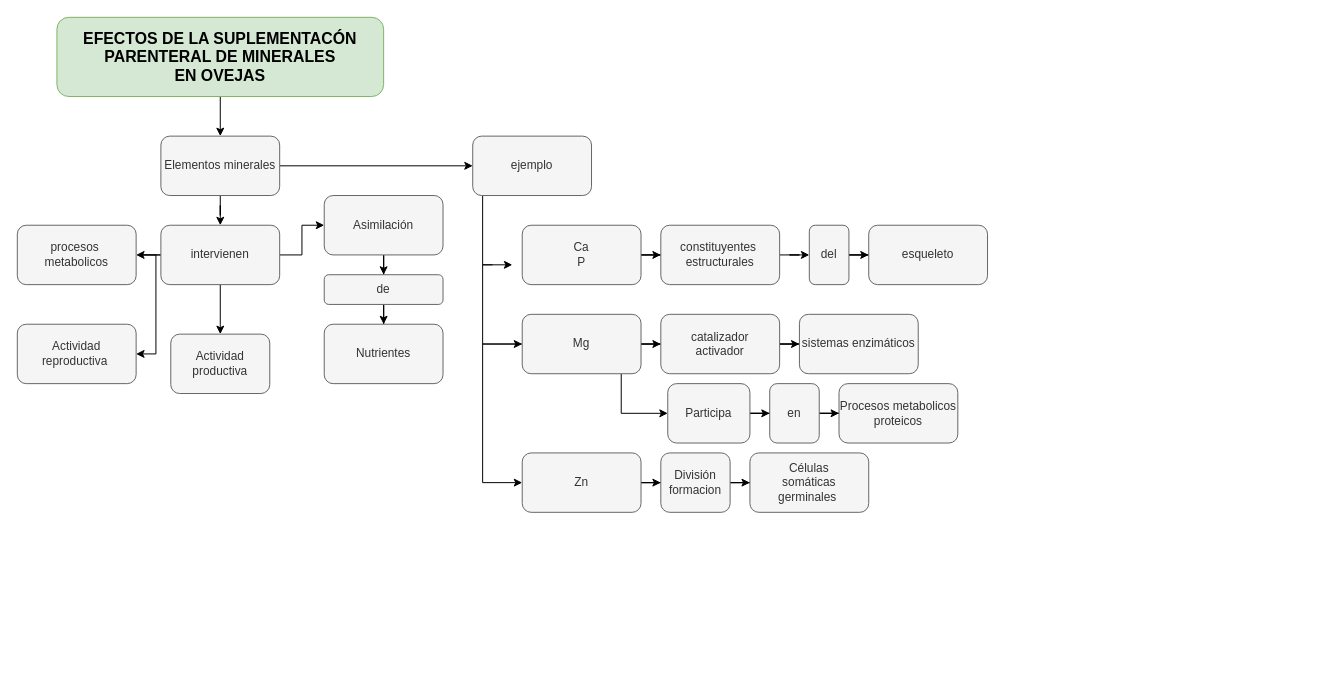
luisvelez96/luis keeps this draw.io diagram as Diagrama sin título.drawio. Above is the earlier version. Source tidied: cells renumbered, new cells numbered last; positions are measured from the earlier drawing's top-left corner, leaving out a move shared by most shapes. Both pictures are drawn from the tidied source at 99%, with x=0, y=0 at pixel (17, 17).
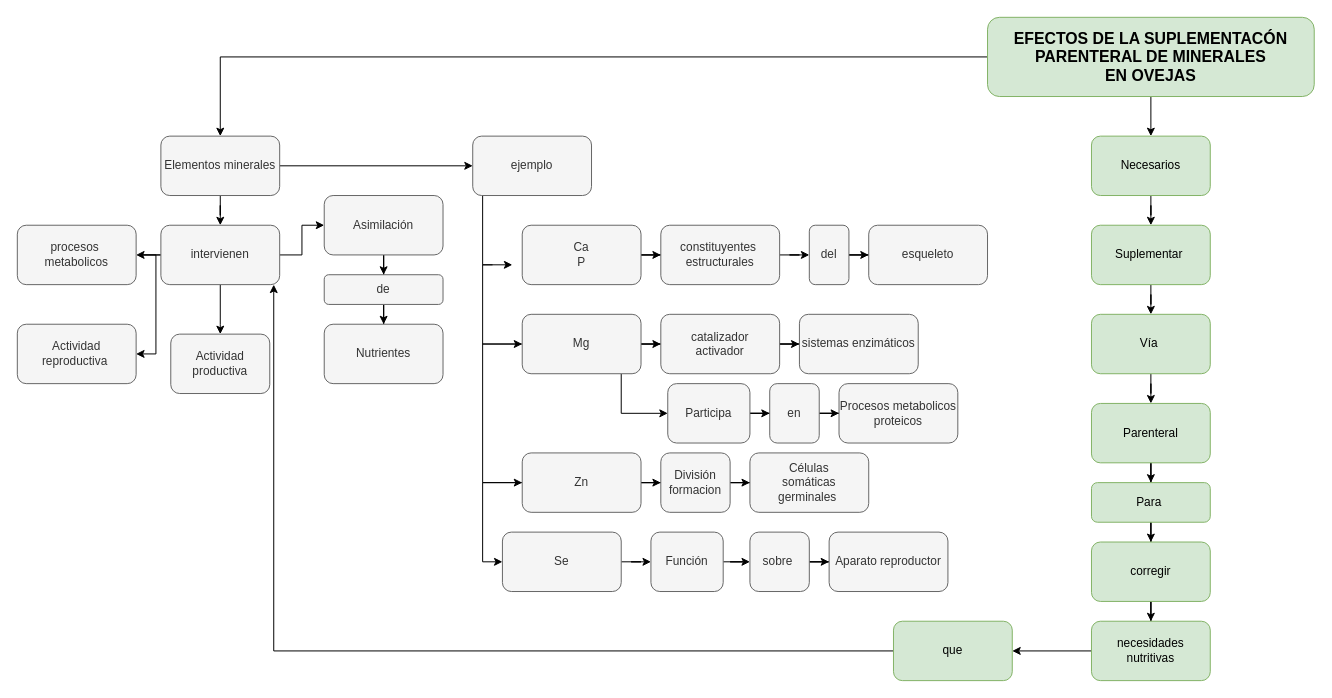
Above is the later version.

The change refers to these unchanged cells:
```xml
<mxCell id="11" value="intervienen" style="whiteSpace=wrap;html=1;rounded=1;fontColor=#333333;strokeColor=#666666;fillColor=#f5f5f5;" parent="1" vertex="1">
  <mxGeometry x="145" y="210" width="120" height="60" as="geometry" />
</mxCell>
<mxCell id="43" value="Zn" style="whiteSpace=wrap;html=1;rounded=1;fontColor=#333333;strokeColor=#666666;fillColor=#f5f5f5;" parent="1" vertex="1">
  <mxGeometry x="510" y="440" width="120" height="60" as="geometry" />
</mxCell>
```

Change to the diagram source:
```diff
@@
+    <mxCell id="47" style="edgeStyle=orthogonalEdgeStyle;rounded=0;jettySize=auto;html=1;" parent="1" edge="1" source="3" target="57">
+      <mxGeometry relative="1" as="geometry" />
+    </mxCell>
     <mxCell id="3" value="&lt;font style=&quot;font-size: 16px&quot;&gt;&lt;b&gt;EFECTOS DE LA SUPLEMENTACÓN PARENTERAL DE MINERALES EN&amp;nbsp;&lt;/b&gt;&lt;/font&gt;&lt;span style=&quot;font-size: 16px&quot;&gt;&lt;b&gt;OVEJAS&lt;/b&gt;&lt;/span&gt;" style="rounded=1;whiteSpace=wrap;html=1;fillColor=#d5e8d4;strokeColor=#82b366;" parent="1" vertex="1">
-      <mxGeometry x="40" width="330" height="80" as="geometry" />
+      <mxGeometry x="980" width="330" height="80" as="geometry" />
     </mxCell>
@@
+    <mxCell id="48" style="edgeStyle=orthogonalEdgeStyle;rounded=0;jettySize=auto;html=1;" parent="1" edge="1" source="43" target="50">
+      <mxGeometry relative="1" as="geometry">
+        <Array as="points">
+          <mxPoint x="470" y="470" />
+          <mxPoint x="470" y="550" />
+        </Array>
+      </mxGeometry>
+    </mxCell>
@@
+    <mxCell id="49" style="edgeStyle=orthogonalEdgeStyle;rounded=0;jettySize=auto;html=1;" parent="1" edge="1" source="50" target="52">
+      <mxGeometry relative="1" as="geometry" />
+    </mxCell>
+    <mxCell id="50" value="Se" style="whiteSpace=wrap;html=1;rounded=1;fontColor=#333333;strokeColor=#666666;fillColor=#f5f5f5;" parent="1" vertex="1">
+      <mxGeometry x="490" y="520" width="120" height="60" as="geometry" />
+    </mxCell>
+    <mxCell id="51" style="edgeStyle=orthogonalEdgeStyle;rounded=0;jettySize=auto;html=1;" parent="1" edge="1" source="52" target="54">
+      <mxGeometry relative="1" as="geometry" />
+    </mxCell>
+    <mxCell id="52" value="Función" style="whiteSpace=wrap;html=1;rounded=1;fontColor=#333333;strokeColor=#666666;fillColor=#f5f5f5;" parent="1" vertex="1">
+      <mxGeometry x="640" y="520" width="73" height="60" as="geometry" />
+    </mxCell>
+    <mxCell id="53" style="edgeStyle=orthogonalEdgeStyle;rounded=0;jettySize=auto;html=1;" parent="1" edge="1" source="54" target="55">
+      <mxGeometry relative="1" as="geometry" />
+    </mxCell>
+    <mxCell id="54" value="sobre&amp;nbsp;" style="whiteSpace=wrap;html=1;rounded=1;fontColor=#333333;strokeColor=#666666;fillColor=#f5f5f5;" parent="1" vertex="1">
+      <mxGeometry x="740" y="520" width="60" height="60" as="geometry" />
+    </mxCell>
+    <mxCell id="55" value="Aparato reproductor" style="whiteSpace=wrap;html=1;rounded=1;fontColor=#333333;strokeColor=#666666;fillColor=#f5f5f5;" parent="1" vertex="1">
+      <mxGeometry x="820" y="520" width="120" height="60" as="geometry" />
+    </mxCell>
+    <mxCell id="56" style="edgeStyle=orthogonalEdgeStyle;rounded=0;jettySize=auto;html=1;" parent="1" edge="1" source="57" target="59">
+      <mxGeometry relative="1" as="geometry" />
+    </mxCell>
+    <mxCell id="57" value="Necesarios" style="whiteSpace=wrap;html=1;rounded=1;strokeColor=#82b366;fillColor=#d5e8d4;" parent="1" vertex="1">
+      <mxGeometry x="1085" y="120" width="120" height="60" as="geometry" />
+    </mxCell>
+    <mxCell id="58" style="edgeStyle=orthogonalEdgeStyle;rounded=0;jettySize=auto;html=1;" parent="1" edge="1" source="59" target="61">
+      <mxGeometry relative="1" as="geometry" />
+    </mxCell>
+    <mxCell id="59" value="Suplementar&amp;nbsp;" style="whiteSpace=wrap;html=1;rounded=1;strokeColor=#82b366;fillColor=#d5e8d4;" parent="1" vertex="1">
+      <mxGeometry x="1085" y="210" width="120" height="60" as="geometry" />
+    </mxCell>
+    <mxCell id="60" style="edgeStyle=orthogonalEdgeStyle;rounded=0;jettySize=auto;html=1;" parent="1" edge="1" source="61" target="63">
+      <mxGeometry relative="1" as="geometry" />
+    </mxCell>
+    <mxCell id="61" value="Vía&amp;nbsp;" style="whiteSpace=wrap;html=1;rounded=1;strokeColor=#82b366;fillColor=#d5e8d4;" parent="1" vertex="1">
+      <mxGeometry x="1085" y="300" width="120" height="60" as="geometry" />
+    </mxCell>
+    <mxCell id="62" style="edgeStyle=orthogonalEdgeStyle;rounded=0;jettySize=auto;html=1;" parent="1" edge="1" source="63" target="65">
+      <mxGeometry relative="1" as="geometry" />
+    </mxCell>
+    <mxCell id="63" value="Parenteral" style="whiteSpace=wrap;html=1;rounded=1;strokeColor=#82b366;fillColor=#d5e8d4;" parent="1" vertex="1">
+      <mxGeometry x="1085" y="390" width="120" height="60" as="geometry" />
+    </mxCell>
+    <mxCell id="64" style="edgeStyle=orthogonalEdgeStyle;rounded=0;jettySize=auto;html=1;" parent="1" edge="1" source="65" target="67">
+      <mxGeometry relative="1" as="geometry" />
+    </mxCell>
+    <mxCell id="65" value="Para&amp;nbsp;" style="whiteSpace=wrap;html=1;rounded=1;strokeColor=#82b366;fillColor=#d5e8d4;" parent="1" vertex="1">
+      <mxGeometry x="1085" y="470" width="120" height="40" as="geometry" />
+    </mxCell>
+    <mxCell id="66" style="edgeStyle=orthogonalEdgeStyle;rounded=0;jettySize=auto;html=1;" parent="1" edge="1" source="67" target="69">
+      <mxGeometry relative="1" as="geometry" />
+    </mxCell>
+    <mxCell id="67" value="corregir" style="whiteSpace=wrap;html=1;rounded=1;strokeColor=#82b366;fillColor=#d5e8d4;" parent="1" vertex="1">
+      <mxGeometry x="1085" y="530" width="120" height="60" as="geometry" />
+    </mxCell>
+    <mxCell id="68" style="edgeStyle=orthogonalEdgeStyle;rounded=0;jettySize=auto;html=1;" parent="1" edge="1" source="69" target="71">
+      <mxGeometry relative="1" as="geometry" />
+    </mxCell>
+    <mxCell id="69" value="necesidades nutritivas" style="whiteSpace=wrap;html=1;rounded=1;strokeColor=#82b366;fillColor=#d5e8d4;" parent="1" vertex="1">
+      <mxGeometry x="1085" y="610" width="120" height="60" as="geometry" />
+    </mxCell>
+    <mxCell id="70" style="edgeStyle=orthogonalEdgeStyle;rounded=0;jettySize=auto;html=1;entryX=0.95;entryY=1;entryDx=0;entryDy=0;entryPerimeter=0;" parent="1" edge="1" source="71" target="11">
+      <mxGeometry relative="1" as="geometry" />
+    </mxCell>
+    <mxCell id="71" value="que" style="whiteSpace=wrap;html=1;rounded=1;strokeColor=#82b366;fillColor=#d5e8d4;" parent="1" vertex="1">
+      <mxGeometry x="885" y="610" width="120" height="60" as="geometry" />
+    </mxCell>
```
